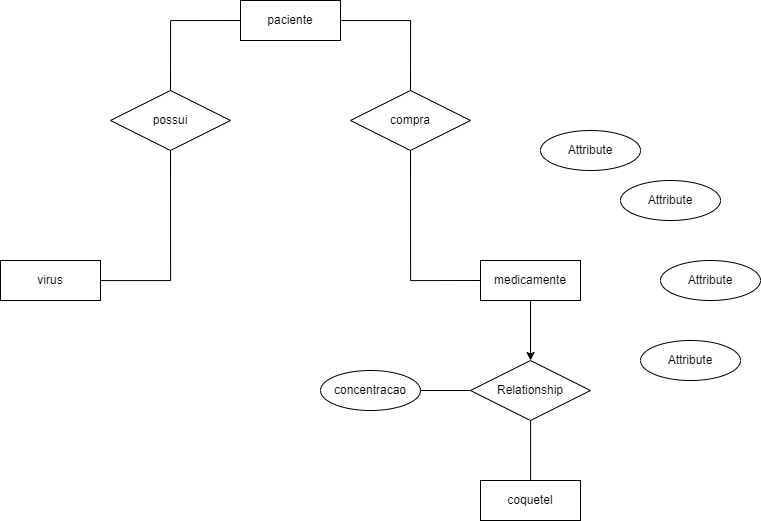
This is puc2024.2/bcd/cardinalidades/farmacia.drawio.png from batista29/puc, a draw.io export, as it was before one commit. Source tidied: cells renumbered, new cells last; positions are measured from the earlier drawing's top-left corner, leaving out a move shared by most shapes.
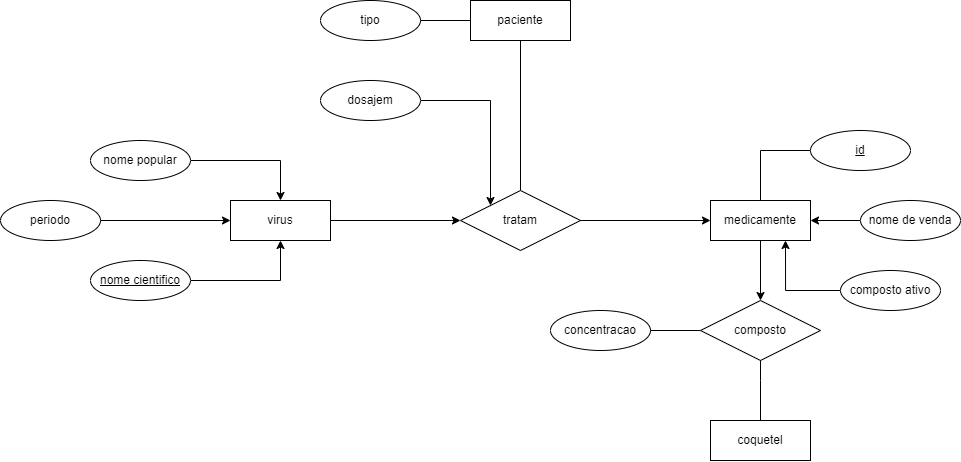
The same file after the commit.

Change to the diagram source:
```diff
@@ -2,17 +2,17 @@
   <root>
     <mxCell id="0" />
     <mxCell id="1" parent="0" />
-    <mxCell id="2" style="edgeStyle=orthogonalEdgeStyle;rounded=0;jettySize=auto;html=1;entryX=0.5;entryY=1;entryDx=0;entryDy=0;endArrow=none;endFill=0;" parent="1" edge="1" source="3" target="9">
-      <mxGeometry relative="1" as="geometry" />
-    </mxCell>
+    <mxCell id="21" style="edgeStyle=orthogonalEdgeStyle;rounded=0;jettySize=auto;html=1;entryX=0;entryY=0.5;entryDx=0;entryDy=0;exitX=1;exitY=0.5;exitDx=0;exitDy=0;" parent="1" edge="1" source="3" target="26">
+      <mxGeometry relative="1" as="geometry" />
+    </mxCell>
     <mxCell id="3" value="virus" style="whiteSpace=wrap;html=1;align=center;" parent="1" vertex="1">
       <mxGeometry y="260" width="100" height="40" as="geometry" />
     </mxCell>
-    <mxCell id="4" style="edgeStyle=orthogonalEdgeStyle;rounded=0;jettySize=auto;html=1;entryX=0.5;entryY=0;entryDx=0;entryDy=0;endArrow=none;endFill=0;" parent="1" edge="1" source="5" target="11">
-      <mxGeometry relative="1" as="geometry" />
-    </mxCell>
+    <mxCell id="22" style="edgeStyle=orthogonalEdgeStyle;rounded=0;jettySize=auto;html=1;entryX=0.5;entryY=0;entryDx=0;entryDy=0;endArrow=none;endFill=0;" parent="1" edge="1" source="5" target="26">
+      <mxGeometry relative="1" as="geometry" />
+    </mxCell>
     <mxCell id="5" value="paciente" style="whiteSpace=wrap;html=1;align=center;" parent="1" vertex="1">
-      <mxGeometry x="240" width="100" height="40" as="geometry" />
+      <mxGeometry x="240" y="60" width="100" height="40" as="geometry" />
     </mxCell>
     <mxCell id="6" style="edgeStyle=orthogonalEdgeStyle;rounded=0;jettySize=auto;html=1;entryX=0.5;entryY=0;entryDx=0;entryDy=0;" parent="1" edge="1" source="7" target="18">
       <mxGeometry relative="1" as="geometry" />
@@ -20,29 +20,17 @@
     <mxCell id="7" value="medicamente" style="whiteSpace=wrap;html=1;align=center;" parent="1" vertex="1">
       <mxGeometry x="480" y="260" width="100" height="40" as="geometry" />
     </mxCell>
-    <mxCell id="8" style="edgeStyle=orthogonalEdgeStyle;rounded=0;jettySize=auto;html=1;entryX=0;entryY=0.5;entryDx=0;entryDy=0;exitX=0.5;exitY=0;exitDx=0;exitDy=0;endArrow=none;endFill=0;" parent="1" edge="1" source="9" target="5">
-      <mxGeometry relative="1" as="geometry" />
-    </mxCell>
-    <mxCell id="9" value="possui" style="shape=rhombus;perimeter=rhombusPerimeter;whiteSpace=wrap;html=1;align=center;" parent="1" vertex="1">
-      <mxGeometry x="110" y="90" width="120" height="60" as="geometry" />
-    </mxCell>
-    <mxCell id="10" style="edgeStyle=orthogonalEdgeStyle;rounded=0;jettySize=auto;html=1;entryX=0;entryY=0.5;entryDx=0;entryDy=0;exitX=0.5;exitY=1;exitDx=0;exitDy=0;endArrow=none;endFill=0;" parent="1" edge="1" source="11" target="7">
-      <mxGeometry relative="1" as="geometry" />
-    </mxCell>
-    <mxCell id="11" value="compra" style="shape=rhombus;perimeter=rhombusPerimeter;whiteSpace=wrap;html=1;align=center;" parent="1" vertex="1">
-      <mxGeometry x="350" y="90" width="120" height="60" as="geometry" />
-    </mxCell>
-    <mxCell id="12" value="Attribute" style="ellipse;whiteSpace=wrap;html=1;align=center;" parent="1" vertex="1">
-      <mxGeometry x="540" y="130" width="100" height="40" as="geometry" />
-    </mxCell>
+    <mxCell id="23" style="edgeStyle=orthogonalEdgeStyle;rounded=0;jettySize=auto;html=1;entryX=0.75;entryY=1;entryDx=0;entryDy=0;" parent="1" edge="1" source="13" target="7">
+      <mxGeometry relative="1" as="geometry" />
+    </mxCell>
-    <mxCell id="13" value="Attribute" style="ellipse;whiteSpace=wrap;html=1;align=center;" parent="1" vertex="1">
-      <mxGeometry x="660" y="260" width="100" height="40" as="geometry" />
+    <mxCell id="13" value="composto ativo" style="ellipse;whiteSpace=wrap;html=1;align=center;" parent="1" vertex="1">
+      <mxGeometry x="610" y="330" width="100" height="40" as="geometry" />
     </mxCell>
-    <mxCell id="14" value="Attribute" style="ellipse;whiteSpace=wrap;html=1;align=center;" parent="1" vertex="1">
-      <mxGeometry x="640" y="340" width="100" height="40" as="geometry" />
-    </mxCell>
+    <mxCell id="24" style="edgeStyle=orthogonalEdgeStyle;rounded=0;jettySize=auto;html=1;entryX=1;entryY=0.5;entryDx=0;entryDy=0;" parent="1" edge="1" source="15" target="7">
+      <mxGeometry relative="1" as="geometry" />
+    </mxCell>
-    <mxCell id="15" value="Attribute" style="ellipse;whiteSpace=wrap;html=1;align=center;" parent="1" vertex="1">
-      <mxGeometry x="620" y="180" width="100" height="40" as="geometry" />
+    <mxCell id="15" value="nome de venda" style="ellipse;whiteSpace=wrap;html=1;align=center;" parent="1" vertex="1">
+      <mxGeometry x="630" y="260" width="100" height="40" as="geometry" />
     </mxCell>
     <mxCell id="16" style="edgeStyle=orthogonalEdgeStyle;rounded=0;jettySize=auto;html=1;entryX=0;entryY=0.5;entryDx=0;entryDy=0;endArrow=none;endFill=0;" parent="1" edge="1" source="17" target="18">
       <mxGeometry relative="1" as="geometry" />
@@ -50,7 +38,7 @@
     <mxCell id="17" value="concentracao" style="ellipse;whiteSpace=wrap;html=1;align=center;" parent="1" vertex="1">
       <mxGeometry x="320" y="370" width="100" height="40" as="geometry" />
     </mxCell>
-    <mxCell id="18" value="Relationship" style="shape=rhombus;perimeter=rhombusPerimeter;whiteSpace=wrap;html=1;align=center;" parent="1" vertex="1">
+    <mxCell id="18" value="composto" style="shape=rhombus;perimeter=rhombusPerimeter;whiteSpace=wrap;html=1;align=center;" parent="1" vertex="1">
       <mxGeometry x="470" y="360" width="120" height="60" as="geometry" />
     </mxCell>
     <mxCell id="19" style="edgeStyle=orthogonalEdgeStyle;rounded=0;jettySize=auto;html=1;endArrow=none;endFill=0;" parent="1" edge="1" source="20" target="18">
@@ -64,5 +52,47 @@
     <mxCell id="20" value="coquetel" style="whiteSpace=wrap;html=1;align=center;" parent="1" vertex="1">
       <mxGeometry x="480" y="480" width="100" height="40" as="geometry" />
     </mxCell>
+    <mxCell id="25" style="edgeStyle=orthogonalEdgeStyle;rounded=0;jettySize=auto;html=1;entryX=0;entryY=0.5;entryDx=0;entryDy=0;" parent="1" edge="1" source="26" target="7">
+      <mxGeometry relative="1" as="geometry" />
+    </mxCell>
+    <mxCell id="26" value="tratam" style="shape=rhombus;perimeter=rhombusPerimeter;whiteSpace=wrap;html=1;align=center;" parent="1" vertex="1">
+      <mxGeometry x="230" y="250" width="120" height="60" as="geometry" />
+    </mxCell>
+    <mxCell id="27" style="edgeStyle=orthogonalEdgeStyle;rounded=0;jettySize=auto;html=1;entryX=0.5;entryY=0;entryDx=0;entryDy=0;exitX=0;exitY=0.5;exitDx=0;exitDy=0;endArrow=none;endFill=0;" parent="1" edge="1" source="28" target="7">
+      <mxGeometry relative="1" as="geometry" />
+    </mxCell>
+    <mxCell id="28" value="id" style="ellipse;whiteSpace=wrap;html=1;align=center;fontStyle=4;" parent="1" vertex="1">
+      <mxGeometry x="580" y="190" width="100" height="40" as="geometry" />
+    </mxCell>
+    <mxCell id="29" style="edgeStyle=orthogonalEdgeStyle;rounded=0;jettySize=auto;html=1;entryX=0;entryY=0.5;entryDx=0;entryDy=0;endArrow=none;endFill=0;" parent="1" edge="1" source="30" target="5">
+      <mxGeometry relative="1" as="geometry" />
+    </mxCell>
+    <mxCell id="30" value="tipo" style="ellipse;whiteSpace=wrap;html=1;align=center;" parent="1" vertex="1">
+      <mxGeometry x="90" y="60" width="100" height="40" as="geometry" />
+    </mxCell>
+    <mxCell id="31" style="edgeStyle=orthogonalEdgeStyle;rounded=0;jettySize=auto;html=1;entryX=0;entryY=0.5;entryDx=0;entryDy=0;" parent="1" edge="1" source="32" target="3">
+      <mxGeometry relative="1" as="geometry" />
+    </mxCell>
+    <mxCell id="32" value="periodo" style="ellipse;whiteSpace=wrap;html=1;align=center;" parent="1" vertex="1">
+      <mxGeometry x="-230" y="260" width="100" height="40" as="geometry" />
+    </mxCell>
+    <mxCell id="33" style="edgeStyle=orthogonalEdgeStyle;rounded=0;jettySize=auto;html=1;entryX=0.5;entryY=0;entryDx=0;entryDy=0;" parent="1" edge="1" source="34" target="3">
+      <mxGeometry relative="1" as="geometry" />
+    </mxCell>
+    <mxCell id="34" value="nome popular" style="ellipse;whiteSpace=wrap;html=1;align=center;" parent="1" vertex="1">
+      <mxGeometry x="-140" y="200" width="100" height="40" as="geometry" />
+    </mxCell>
+    <mxCell id="35" style="edgeStyle=orthogonalEdgeStyle;rounded=0;jettySize=auto;html=1;entryX=0.5;entryY=1;entryDx=0;entryDy=0;" parent="1" edge="1" source="36" target="3">
+      <mxGeometry relative="1" as="geometry" />
+    </mxCell>
+    <mxCell id="36" value="nome cientifico" style="ellipse;whiteSpace=wrap;html=1;align=center;fontStyle=4;" parent="1" vertex="1">
+      <mxGeometry x="-140" y="320" width="100" height="40" as="geometry" />
+    </mxCell>
+    <mxCell id="37" style="edgeStyle=orthogonalEdgeStyle;rounded=0;jettySize=auto;html=1;entryX=0;entryY=0;entryDx=0;entryDy=0;" parent="1" edge="1" source="38" target="26">
+      <mxGeometry relative="1" as="geometry" />
+    </mxCell>
+    <mxCell id="38" value="dosajem" style="ellipse;whiteSpace=wrap;html=1;align=center;" parent="1" vertex="1">
+      <mxGeometry x="90" y="140" width="100" height="40" as="geometry" />
+    </mxCell>
   </root>
 </mxGraphModel>
```
